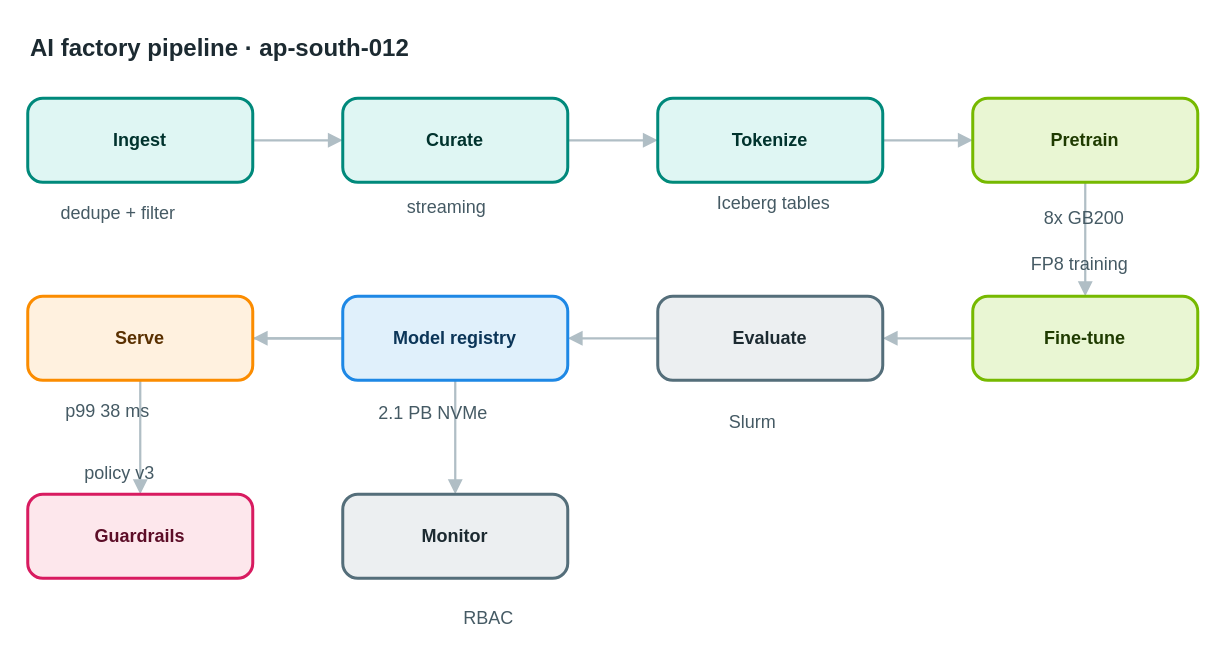
Before: apps/web/public/samples/library/012-ai-factory-pipeline.drawio in AryanG01/open-apprentice, a draw.io diagram. Source tidied: cells renumbered, new cells numbered last; positions are measured from the earlier drawing's top-left corner, leaving out a move shared by most shapes. Both pictures are drawn from the tidied source at 150%, with x=0, y=0 at pixel (27, 26).
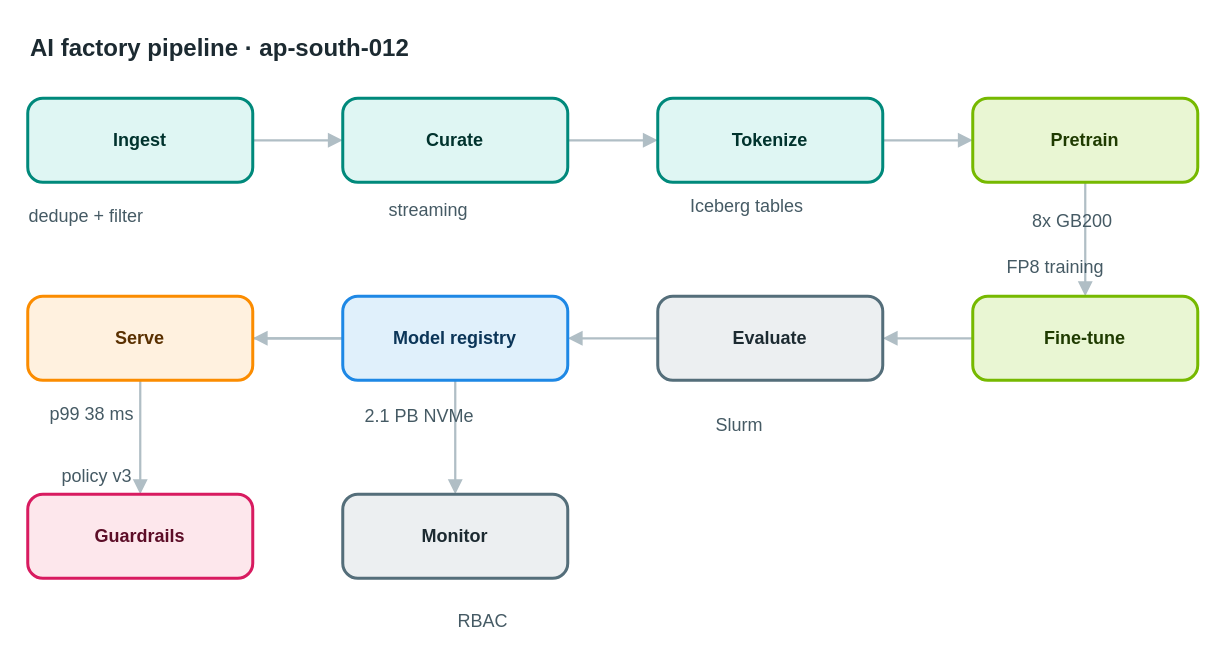
The same page after the edit.

What changed in the source:
```diff
@@
-    <mxCell id="22" value="dedupe + filter" style="text;html=1;align=center;verticalAlign=middle;whiteSpace=nowrap;strokeColor=none;fillColor=none;fontSize=12;fontColor=#455a64;" parent="1" vertex="1">
+    <mxCell id="22" value="dedupe + filter" style="text;html=1;align=left;verticalAlign=top;whiteSpace=nowrap;spacing=0;spacingTop=0;strokeColor=none;fillColor=none;fontSize=12;fontColor=#455a64;" parent="1" vertex="1">
       <mxGeometry x="1" y="115" width="117" height="20" as="geometry" />
     </mxCell>
-    <mxCell id="23" value="streaming" style="text;html=1;align=center;verticalAlign=middle;whiteSpace=nowrap;strokeColor=none;fillColor=none;fontSize=12;fontColor=#455a64;" parent="1" vertex="1">
+    <mxCell id="23" value="streaming" style="text;html=1;align=left;verticalAlign=top;whiteSpace=nowrap;spacing=0;spacingTop=0;strokeColor=none;fillColor=none;fontSize=12;fontColor=#455a64;" parent="1" vertex="1">
       <mxGeometry x="241" y="111" width="75" height="20" as="geometry" />
     </mxCell>
-    <mxCell id="24" value="Iceberg tables" style="text;html=1;align=center;verticalAlign=middle;whiteSpace=nowrap;strokeColor=none;fillColor=none;fontSize=12;fontColor=#455a64;" parent="1" vertex="1">
+    <mxCell id="24" value="Iceberg tables" style="text;html=1;align=left;verticalAlign=top;whiteSpace=nowrap;spacing=0;spacingTop=0;strokeColor=none;fillColor=none;fontSize=12;fontColor=#455a64;" parent="1" vertex="1">
       <mxGeometry x="442" y="108" width="110" height="20" as="geometry" />
     </mxCell>
-    <mxCell id="25" value="8x GB200" style="text;html=1;align=center;verticalAlign=middle;whiteSpace=nowrap;strokeColor=none;fillColor=none;fontSize=12;fontColor=#455a64;" parent="1" vertex="1">
+    <mxCell id="25" value="8x GB200" style="text;html=1;align=left;verticalAlign=top;whiteSpace=nowrap;spacing=0;spacingTop=0;strokeColor=none;fillColor=none;fontSize=12;fontColor=#455a64;" parent="1" vertex="1">
       <mxGeometry x="670" y="118" width="68" height="20" as="geometry" />
     </mxCell>
-    <mxCell id="26" value="FP8 training" style="text;html=1;align=center;verticalAlign=middle;whiteSpace=nowrap;strokeColor=none;fillColor=none;fontSize=12;fontColor=#455a64;" parent="1" vertex="1">
+    <mxCell id="26" value="FP8 training" style="text;html=1;align=left;verticalAlign=top;whiteSpace=nowrap;spacing=0;spacingTop=0;strokeColor=none;fillColor=none;fontSize=12;fontColor=#455a64;" parent="1" vertex="1">
       <mxGeometry x="653" y="149" width="96" height="20" as="geometry" />
     </mxCell>
-    <mxCell id="27" value="Slurm" style="text;html=1;align=center;verticalAlign=middle;whiteSpace=nowrap;strokeColor=none;fillColor=none;fontSize=12;fontColor=#455a64;" parent="1" vertex="1">
+    <mxCell id="27" value="Slurm" style="text;html=1;align=left;verticalAlign=top;whiteSpace=nowrap;spacing=0;spacingTop=0;strokeColor=none;fillColor=none;fontSize=12;fontColor=#455a64;" parent="1" vertex="1">
       <mxGeometry x="459" y="254" width="47" height="20" as="geometry" />
     </mxCell>
-    <mxCell id="28" value="2.1 PB NVMe" style="text;html=1;align=center;verticalAlign=middle;whiteSpace=nowrap;strokeColor=none;fillColor=none;fontSize=12;fontColor=#455a64;" parent="1" vertex="1">
+    <mxCell id="28" value="2.1 PB NVMe" style="text;html=1;align=left;verticalAlign=top;whiteSpace=nowrap;spacing=0;spacingTop=0;strokeColor=none;fillColor=none;fontSize=12;fontColor=#455a64;" parent="1" vertex="1">
       <mxGeometry x="225" y="248" width="89" height="20" as="geometry" />
     </mxCell>
-    <mxCell id="29" value="p99 38 ms" style="text;html=1;align=center;verticalAlign=middle;whiteSpace=nowrap;strokeColor=none;fillColor=none;fontSize=12;fontColor=#455a64;" parent="1" vertex="1">
+    <mxCell id="29" value="p99 38 ms" style="text;html=1;align=left;verticalAlign=top;whiteSpace=nowrap;spacing=0;spacingTop=0;strokeColor=none;fillColor=none;fontSize=12;fontColor=#455a64;" parent="1" vertex="1">
       <mxGeometry x="15" y="247" width="75" height="20" as="geometry" />
     </mxCell>
-    <mxCell id="30" value="policy v3" style="text;html=1;align=center;verticalAlign=middle;whiteSpace=nowrap;strokeColor=none;fillColor=none;fontSize=12;fontColor=#455a64;" parent="1" vertex="1">
+    <mxCell id="30" value="policy v3" style="text;html=1;align=left;verticalAlign=top;whiteSpace=nowrap;spacing=0;spacingTop=0;strokeColor=none;fillColor=none;fontSize=12;fontColor=#455a64;" parent="1" vertex="1">
       <mxGeometry x="23" y="288" width="75" height="20" as="geometry" />
     </mxCell>
-    <mxCell id="31" value="RBAC" style="text;html=1;align=center;verticalAlign=middle;whiteSpace=nowrap;strokeColor=none;fillColor=none;fontSize=12;fontColor=#455a64;" parent="1" vertex="1">
+    <mxCell id="31" value="RBAC" style="text;html=1;align=left;verticalAlign=top;whiteSpace=nowrap;spacing=0;spacingTop=0;strokeColor=none;fillColor=none;fontSize=12;fontColor=#455a64;" parent="1" vertex="1">
       <mxGeometry x="287" y="385" width="40" height="20" as="geometry" />
     </mxCell>
```
